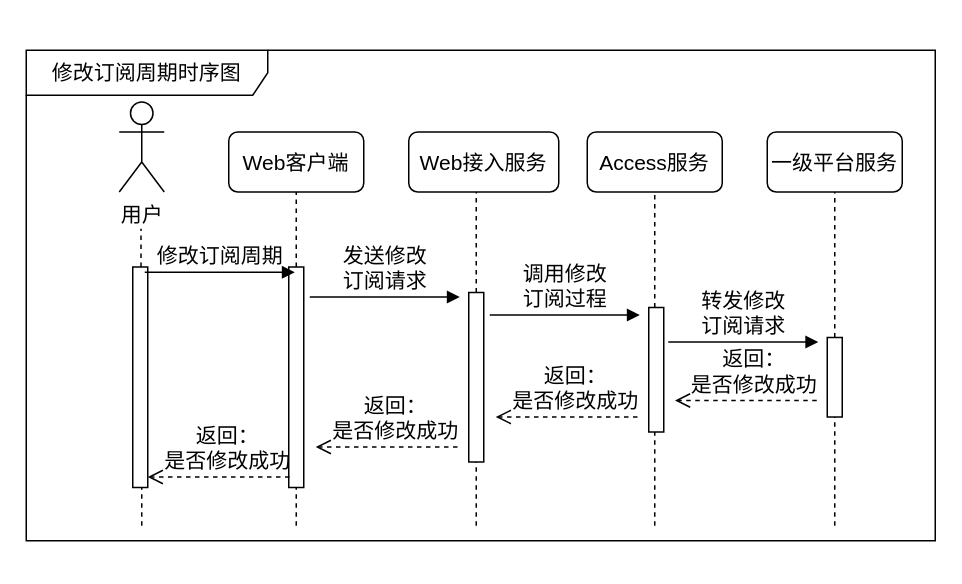
This is IOTManage/sequence-modifyCycle.drawio from waterwatermelon/graph, a draw.io file, before an edit. Source tidied: cells renumbered, new cells numbered last; positions are measured from the earlier drawing's top-left corner, leaving out a move shared by most shapes. Both pictures are drawn from the tidied source at 150%, with x=0, y=0 at pixel (26, 50).
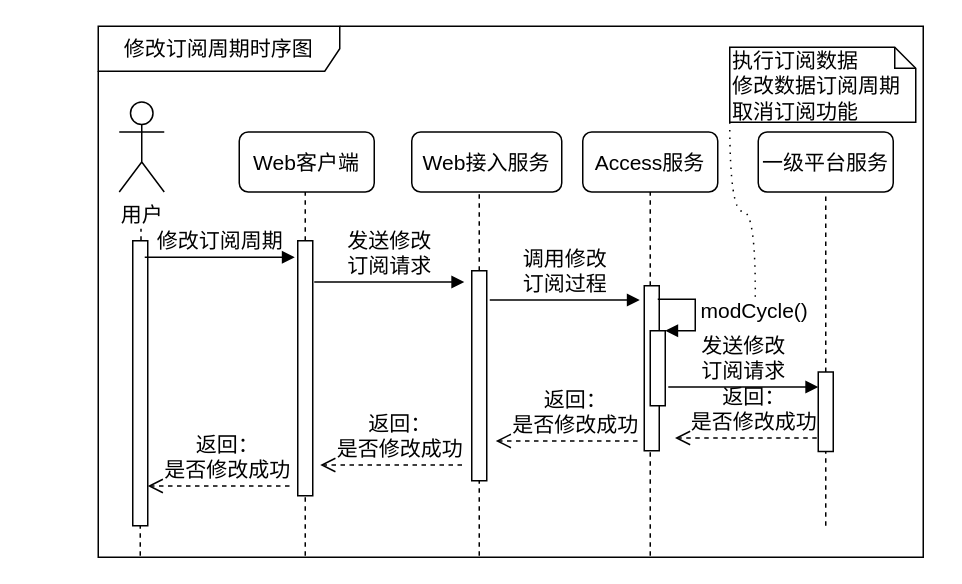
The same page after the edit.

What changed in the source:
```diff
@@
     <mxCell id="2" value="&lt;font style=&quot;font-size: 14px&quot;&gt;修改订阅周期时序图&lt;/font&gt;" style="shape=umlFrame;whiteSpace=wrap;html=1;width=161;height=30;" parent="1" vertex="1">
-      <mxGeometry width="606" height="327" as="geometry" />
+      <mxGeometry x="48" y="-16" width="550" height="354" as="geometry" />
     </mxCell>
@@
     <mxCell id="4" value="Web客户端" style="rounded=1;whiteSpace=wrap;html=1;fontSize=14;fontColor=#000000;" parent="1" vertex="1">
-      <mxGeometry x="135" y="54.5" width="90" height="40" as="geometry" />
+      <mxGeometry x="142" y="54.5" width="90" height="40" as="geometry" />
     </mxCell>
     <mxCell id="5" style="endArrow=none;dashed=1;html=1;fontSize=14;fontColor=#000000;" parent="1" edge="1" source="15">
       <mxGeometry relative="1" as="geometry">
-        <mxPoint x="180" y="94.5" as="targetPoint" />
+        <mxPoint x="186" y="94.5" as="targetPoint" />
       </mxGeometry>
     </mxCell>
@@
     <mxCell id="7" value="&lt;span&gt;Web接入服务&lt;/span&gt;" style="rounded=1;whiteSpace=wrap;html=1;fontSize=14;fontColor=#000000;" parent="1" vertex="1">
-      <mxGeometry x="255" y="54.5" width="100" height="40" as="geometry" />
+      <mxGeometry x="257" y="54.5" width="100" height="40" as="geometry" />
     </mxCell>
     <mxCell id="8" style="endArrow=none;dashed=1;html=1;fontSize=14;fontColor=#000000;" parent="1" edge="1" source="19">
       <mxGeometry relative="1" as="geometry">
-        <mxPoint x="300" y="94.5" as="targetPoint" />
+        <mxPoint x="302" y="94.5" as="targetPoint" />
       </mxGeometry>
     </mxCell>
     <mxCell id="9" value="Access服务" style="rounded=1;whiteSpace=wrap;html=1;fontSize=14;fontColor=#000000;" parent="1" vertex="1">
-      <mxGeometry x="374" y="54.5" width="90" height="40" as="geometry" />
+      <mxGeometry x="371" y="54.5" width="90" height="40" as="geometry" />
     </mxCell>
     <mxCell id="10" style="endArrow=none;dashed=1;html=1;fontSize=14;fontColor=#000000;" parent="1" edge="1" source="22">
       <mxGeometry relative="1" as="geometry">
-        <mxPoint x="419" y="94.5" as="targetPoint" />
+        <mxPoint x="416" y="94.5" as="targetPoint" />
       </mxGeometry>
     </mxCell>
     <mxCell id="11" value="一级平台服务" style="rounded=1;whiteSpace=wrap;html=1;fontSize=14;fontColor=#000000;" parent="1" vertex="1">
-      <mxGeometry x="494" y="54.5" width="90" height="40" as="geometry" />
+      <mxGeometry x="488" y="54.5" width="90" height="40" as="geometry" />
     </mxCell>
     <mxCell id="12" style="endArrow=none;dashed=1;html=1;fontSize=14;fontColor=#000000;" parent="1" edge="1" source="24">
       <mxGeometry relative="1" as="geometry">
-        <mxPoint x="539" y="94.5" as="targetPoint" />
+        <mxPoint x="533" y="94.5" as="targetPoint" />
       </mxGeometry>
     </mxCell>
     <mxCell id="13" style="html=1;points=[];perimeter=orthogonalPerimeter;rounded=0;shadow=0;comic=0;labelBackgroundColor=none;strokeColor=#000000;strokeWidth=1;fillColor=#FFFFFF;fontFamily=Verdana;fontSize=14;fontColor=#000000;align=center;" parent="1" vertex="1">
-      <mxGeometry x="71" y="144.5" width="10" height="147" as="geometry" />
+      <mxGeometry x="71" y="127" width="10" height="190" as="geometry" />
     </mxCell>
     <mxCell id="14" style="endArrow=none;dashed=1;html=1;fontSize=14;fontColor=#000000;" parent="1" edge="1" target="13">
       <mxGeometry relative="1" as="geometry">
-        <mxPoint x="77" y="317" as="sourcePoint" />
+        <mxPoint x="76" y="337" as="sourcePoint" />
       </mxGeometry>
     </mxCell>
     <mxCell id="15" style="html=1;points=[];perimeter=orthogonalPerimeter;rounded=0;shadow=0;comic=0;labelBackgroundColor=none;strokeColor=#000000;strokeWidth=1;fillColor=#FFFFFF;fontFamily=Verdana;fontSize=14;fontColor=#000000;align=center;" parent="1" vertex="1">
-      <mxGeometry x="175" y="144.5" width="10" height="147" as="geometry" />
+      <mxGeometry x="181" y="127" width="10" height="170" as="geometry" />
     </mxCell>
     <mxCell id="16" style="endArrow=none;dashed=1;html=1;fontSize=14;fontColor=#000000;" parent="1" edge="1" target="15">
       <mxGeometry relative="1" as="geometry">
-        <mxPoint x="180" y="317" as="sourcePoint" />
+        <mxPoint x="186" y="337" as="sourcePoint" />
       </mxGeometry>
     </mxCell>
     <mxCell id="17" value="&lt;font style=&quot;font-size: 14px&quot;&gt;修改订阅周期&lt;/font&gt;" style="html=1;verticalAlign=bottom;endArrow=block;labelBackgroundColor=none;fontFamily=Verdana;fontSize=14;elbow=vertical;fontColor=#000000;" parent="1" edge="1">
       <mxGeometry relative="1" as="geometry">
-        <mxPoint x="79" y="148" as="sourcePoint" />
-        <mxPoint x="179" y="148" as="targetPoint" />
+        <mxPoint x="79" y="138" as="sourcePoint" />
+        <mxPoint x="179" y="138" as="targetPoint" />
       </mxGeometry>
     </mxCell>
     <mxCell id="18" value="&lt;font style=&quot;font-size: 14px&quot;&gt;发送修改&lt;br&gt;订阅请求&lt;/font&gt;" style="html=1;verticalAlign=bottom;endArrow=block;labelBackgroundColor=none;fontFamily=Verdana;fontSize=14;elbow=vertical;fontColor=#000000;" parent="1" edge="1">
       <mxGeometry relative="1" as="geometry">
-        <mxPoint x="189" y="164.5" as="sourcePoint" />
-        <mxPoint x="289" y="164.5" as="targetPoint" />
+        <mxPoint x="192" y="154.5" as="sourcePoint" />
+        <mxPoint x="292" y="154.5" as="targetPoint" />
       </mxGeometry>
     </mxCell>
     <mxCell id="19" style="html=1;points=[];perimeter=orthogonalPerimeter;rounded=0;shadow=0;comic=0;labelBackgroundColor=none;strokeColor=#000000;strokeWidth=1;fillColor=#FFFFFF;fontFamily=Verdana;fontSize=14;fontColor=#000000;align=center;" parent="1" vertex="1">
-      <mxGeometry x="295" y="161.5" width="10" height="113" as="geometry" />
+      <mxGeometry x="297" y="147" width="10" height="140" as="geometry" />
     </mxCell>
     <mxCell id="20" style="endArrow=none;dashed=1;html=1;fontSize=14;fontColor=#000000;" parent="1" edge="1" target="19">
       <mxGeometry relative="1" as="geometry">
-        <mxPoint x="300" y="317" as="sourcePoint" />
+        <mxPoint x="302" y="337" as="sourcePoint" />
       </mxGeometry>
     </mxCell>
     <mxCell id="21" value="&lt;font style=&quot;font-size: 14px&quot;&gt;调用修改&lt;br&gt;订阅过程&lt;/font&gt;" style="html=1;verticalAlign=bottom;endArrow=block;labelBackgroundColor=none;fontFamily=Verdana;fontSize=14;elbow=vertical;fontColor=#000000;" parent="1" edge="1">
       <mxGeometry relative="1" as="geometry">
-        <mxPoint x="309" y="176.5" as="sourcePoint" />
-        <mxPoint x="409" y="176.5" as="targetPoint" />
+        <mxPoint x="309" y="166.5" as="sourcePoint" />
+        <mxPoint x="409" y="166.5" as="targetPoint" />
       </mxGeometry>
     </mxCell>
     <mxCell id="22" style="html=1;points=[];perimeter=orthogonalPerimeter;rounded=0;shadow=0;comic=0;labelBackgroundColor=none;strokeColor=#000000;strokeWidth=1;fillColor=#FFFFFF;fontFamily=Verdana;fontSize=14;fontColor=#000000;align=center;" parent="1" vertex="1">
-      <mxGeometry x="415" y="171.5" width="10" height="83" as="geometry" />
+      <mxGeometry x="412" y="157" width="10" height="110" as="geometry" />
     </mxCell>
     <mxCell id="23" style="endArrow=none;dashed=1;html=1;fontSize=14;fontColor=#000000;" parent="1" edge="1" target="22">
       <mxGeometry relative="1" as="geometry">
-        <mxPoint x="419" y="317" as="sourcePoint" />
+        <mxPoint x="416" y="337" as="sourcePoint" />
       </mxGeometry>
     </mxCell>
     <mxCell id="24" style="html=1;points=[];perimeter=orthogonalPerimeter;rounded=0;shadow=0;comic=0;labelBackgroundColor=none;strokeColor=#000000;strokeWidth=1;fillColor=#FFFFFF;fontFamily=Verdana;fontSize=14;fontColor=#000000;align=center;" parent="1" vertex="1">
-      <mxGeometry x="534" y="191.5" width="10" height="53" as="geometry" />
+      <mxGeometry x="528" y="214.5" width="10" height="53" as="geometry" />
     </mxCell>
     <mxCell id="25" style="endArrow=none;dashed=1;html=1;fontSize=14;fontColor=#000000;" parent="1" edge="1" target="24">
       <mxGeometry relative="1" as="geometry">
-        <mxPoint x="539" y="317" as="sourcePoint" />
+        <mxPoint x="533" y="317" as="sourcePoint" />
       </mxGeometry>
     </mxCell>
-    <mxCell id="26" value="&lt;font style=&quot;font-size: 14px&quot;&gt;转发修改&lt;br&gt;订阅请求&lt;/font&gt;" style="html=1;verticalAlign=bottom;endArrow=block;labelBackgroundColor=none;fontFamily=Verdana;fontSize=14;elbow=vertical;fontColor=#000000;" parent="1" edge="1">
+    <mxCell id="26" value="&lt;font style=&quot;font-size: 14px&quot;&gt;发送修改&lt;br&gt;订阅请求&lt;/font&gt;" style="html=1;verticalAlign=bottom;endArrow=block;labelBackgroundColor=none;fontFamily=Verdana;fontSize=14;elbow=vertical;fontColor=#000000;" parent="1" edge="1">
       <mxGeometry relative="1" as="geometry">
-        <mxPoint x="428" y="194.5" as="sourcePoint" />
-        <mxPoint x="528" y="194.5" as="targetPoint" />
+        <mxPoint x="428" y="224.5" as="sourcePoint" />
+        <mxPoint x="528" y="224.5" as="targetPoint" />
       </mxGeometry>
     </mxCell>
     <mxCell id="27" value="返回：&lt;br&gt;是否修改成功" style="html=1;verticalAlign=bottom;endArrow=open;dashed=1;endSize=8;labelBackgroundColor=none;fontFamily=Verdana;fontSize=14;fontColor=#000000;" parent="1" edge="1">
       <mxGeometry x="-0.11" relative="1" as="geometry">
-        <mxPoint x="527" y="233.5" as="sourcePoint" />
-        <mxPoint x="432.5" y="233.5" as="targetPoint" />
+        <mxPoint x="527" y="258.5" as="sourcePoint" />
+        <mxPoint x="432.5" y="258.5" as="targetPoint" />
       </mxGeometry>
     </mxCell>
     <mxCell id="28" value="返回：&lt;br&gt;是否修改成功" style="html=1;verticalAlign=bottom;endArrow=open;dashed=1;endSize=8;labelBackgroundColor=none;fontFamily=Verdana;fontSize=14;fontColor=#000000;" parent="1" edge="1">
       <mxGeometry x="-0.11" relative="1" as="geometry">
-        <mxPoint x="407.5" y="244.5" as="sourcePoint" />
-        <mxPoint x="313" y="244.5" as="targetPoint" />
+        <mxPoint x="407.5" y="260.5" as="sourcePoint" />
+        <mxPoint x="313" y="260.5" as="targetPoint" />
       </mxGeometry>
     </mxCell>
     <mxCell id="29" value="返回：&lt;br&gt;是否修改成功" style="html=1;verticalAlign=bottom;endArrow=open;dashed=1;endSize=8;labelBackgroundColor=none;fontFamily=Verdana;fontSize=14;fontColor=#000000;" parent="1" edge="1">
       <mxGeometry x="-0.11" relative="1" as="geometry">
-        <mxPoint x="287.5" y="264.5" as="sourcePoint" />
-        <mxPoint x="193" y="264.5" as="targetPoint" />
+        <mxPoint x="290.5" y="276.5" as="sourcePoint" />
+        <mxPoint x="196" y="276.5" as="targetPoint" />
       </mxGeometry>
     </mxCell>
     <mxCell id="30" value="返回：&lt;br&gt;是否修改成功" style="html=1;verticalAlign=bottom;endArrow=open;dashed=1;endSize=8;labelBackgroundColor=none;fontFamily=Verdana;fontSize=14;fontColor=#000000;" parent="1" edge="1">
       <mxGeometry x="-0.11" relative="1" as="geometry">
-        <mxPoint x="175.5" y="284.5" as="sourcePoint" />
-        <mxPoint x="81" y="284.5" as="targetPoint" />
+        <mxPoint x="175.5" y="290.5" as="sourcePoint" />
+        <mxPoint x="81" y="290.5" as="targetPoint" />
       </mxGeometry>
     </mxCell>
+    <mxCell id="31" style="html=1;points=[];perimeter=orthogonalPerimeter;" parent="1" vertex="1">
+      <mxGeometry x="416" y="187" width="10" height="50" as="geometry" />
+    </mxCell>
+    <mxCell id="32" value="&lt;font style=&quot;font-size: 14px&quot;&gt;modCycle()&lt;/font&gt;" style="edgeStyle=orthogonalEdgeStyle;html=1;align=left;spacingLeft=2;endArrow=block;rounded=0;entryX=1;entryY=0;" parent="1" edge="1" target="31">
+      <mxGeometry relative="1" as="geometry">
+        <mxPoint x="421" y="166" as="sourcePoint" />
+        <Array as="points">
+          <mxPoint x="446" y="166" />
+        </Array>
+      </mxGeometry>
+    </mxCell>
+    <mxCell id="33" style="rounded=0;jettySize=auto;html=1;exitX=0;exitY=1;exitDx=0;exitDy=0;exitPerimeter=0;dashed=1;endArrow=none;endFill=0;dashPattern=1 4;edgeStyle=orthogonalEdgeStyle;elbow=vertical;curved=1;" parent="1" edge="1" source="34">
+      <mxGeometry relative="1" as="geometry">
+        <mxPoint x="486" y="167" as="targetPoint" />
+      </mxGeometry>
+    </mxCell>
+    <mxCell id="34" value="&lt;font style=&quot;font-size: 14px&quot;&gt;执行订阅数据&lt;br&gt;修改数据订阅周期取消订阅功能&lt;/font&gt;" style="shape=note;whiteSpace=wrap;html=1;size=14;verticalAlign=top;align=left;spacingTop=-6;" parent="1" vertex="1">
+      <mxGeometry x="469" y="-2" width="124" height="50" as="geometry" />
+    </mxCell>
```
